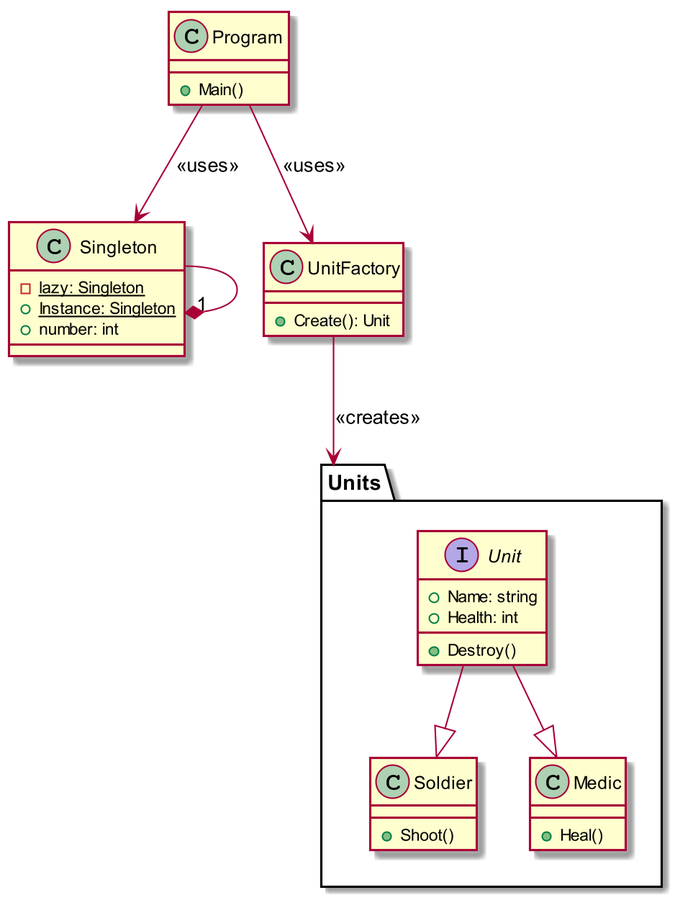
Earlier version of the PlantUML export design-patterns/umlProgram.png (tarikbir/design-patterns).
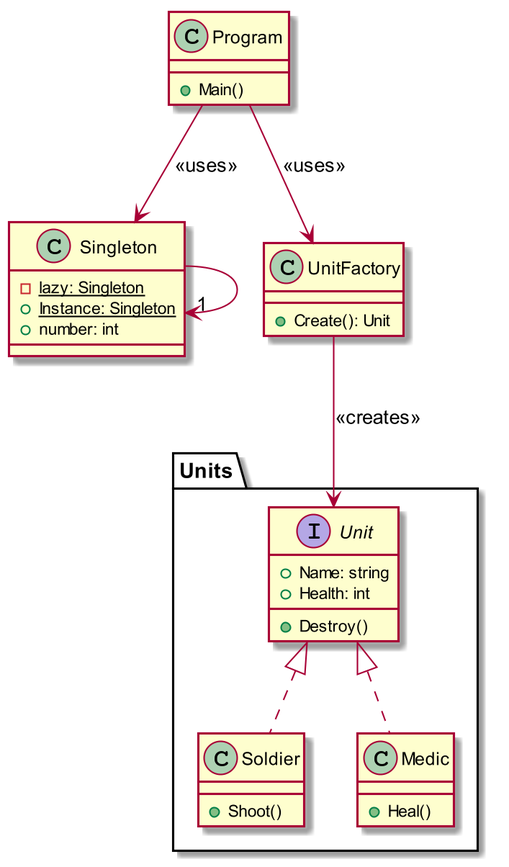
The same file after the commit.

Commit message:
Singleton ve Factory Pattern final

Change to the diagram source:
```diff
@@ -15,7 +15,7 @@
 	+number: int
 }
 
-Singleton --* "1" Singleton
+Singleton --> "1" Singleton
 
 package "Units"{
     interface Unit {
@@ -29,14 +29,14 @@
     class Medic {
         +Heal()
     }
-    Unit --|> Soldier
-    Unit --|> Medic
+    Unit <|.. Soldier
+    Unit <|.. Medic
 }
 
 class UnitFactory {
     +Create(): Unit
 }
 
-UnitFactory --> Units: <<creates>>
+UnitFactory --> Unit: <<creates>>
 
 @enduml
```
